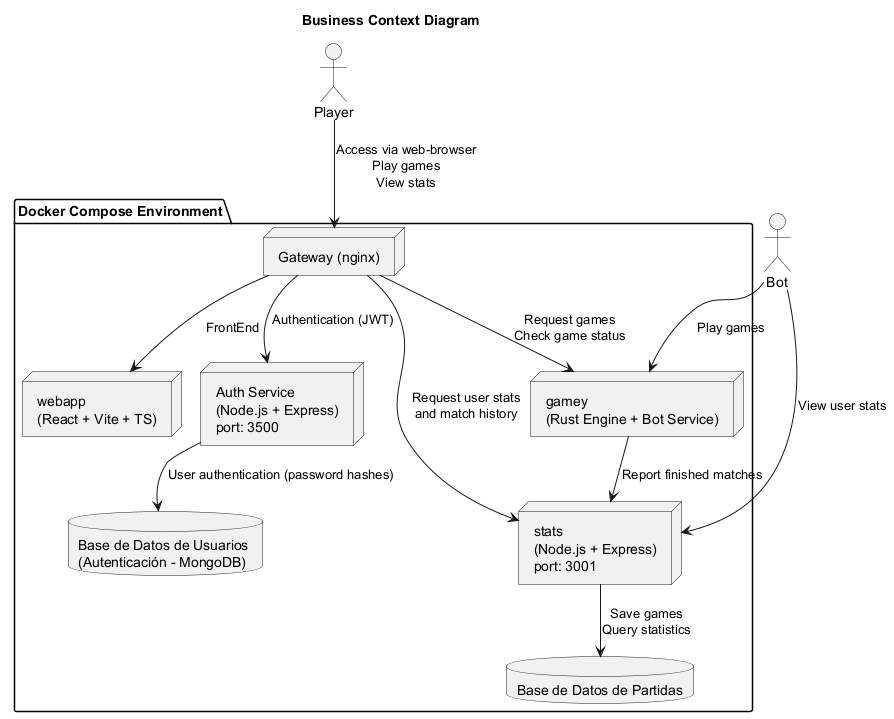
Arquisoft/yovi_es4b keeps this PlantUML diagram as images/business-context-diagram.png. Above is the earlier version.
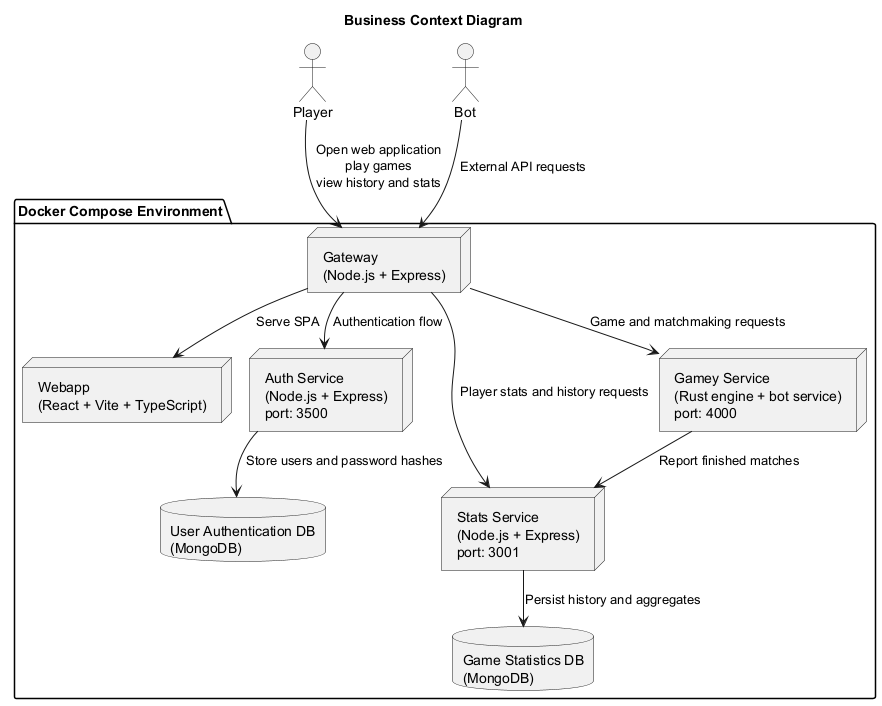
The same file after the commit.

Change to the diagram source:
```diff
@@ -5,24 +5,24 @@
 actor Bot
 
 package "Docker Compose Environment" {
-    node "Gateway (nginx)" as Gateway
-    node "webapp\n(React + Vite + TS)" as WebApp
+    node "Gateway\n(Node.js + Express)" as Gateway
+    node "Webapp\n(React + Vite + TypeScript)" as WebApp
     node "Auth Service\n(Node.js + Express)\nport: 3500" as Auth
-    node "stats\n(Node.js + Express)\nport: 3001" as Stats
-    node "gamey\n(Rust Engine + Bot Service)" as Gamey
-    database "Base de Datos de Usuarios \n(Autenticación - MongoDB)" as UserDB
-    database "Base de Datos de Partidas" as GameDB
+    node "Stats Service\n(Node.js + Express)\nport: 3001" as Stats
+    node "Gamey Service\n(Rust engine + bot service)\nport: 4000" as Gamey
+    database "User Authentication DB\n(MongoDB)" as UserDB
+    database "Game Statistics DB\n(MongoDB)" as GameDB
 }
 
-Player --> Gateway : Access via web-browser\nPlay games\nView stats
-Gateway --> WebApp : FrontEnd
-Bot --> Gamey : Play games
-Bot --> Stats : View user stats
+Player --> Gateway : Open web application\nplay games\nview history and stats
+Gateway --> WebApp : Serve SPA
+Gateway --> Auth : Authentication flow
+Gateway --> Gamey : Game and matchmaking requests
+Gateway --> Stats : Player stats and history requests
 
-Gateway --> Auth : Authentication (JWT)\n
-Gateway --> Gamey : Request games\nCheck game status
-Gateway --> Stats : Request user stats\nand match history
-Auth --> UserDB : User authentication (password hashes)
+Bot --> Gateway : External API requests
+
+Auth --> UserDB : Store users and password hashes
 Gamey --> Stats : Report finished matches
-Stats --> GameDB : Save games\nQuery statistics
+Stats --> GameDB : Persist history and aggregates
 @enduml
```
